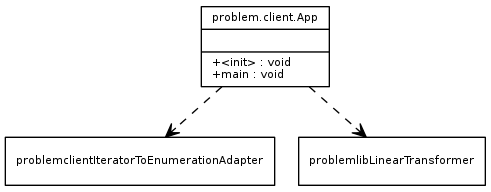
The Graphviz diagram dot/out.png in schnip/BluePizzaDiagrams, before a commit. Its source is kept beside it as dot/out.dot.
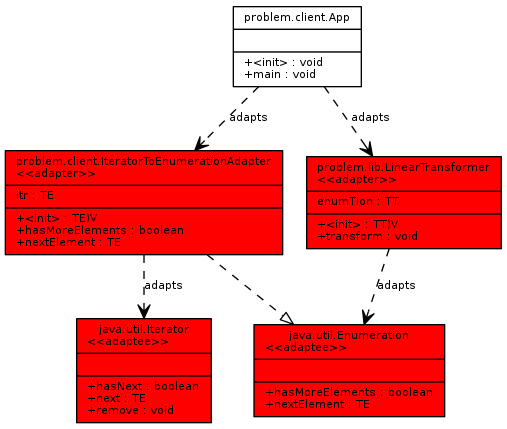
After the change.

The edit, as a diff of the source:
```diff
@@ -14,15 +14,38 @@
 label = "{problem.client.App||+\<init\> : void\l+main : void\l}"
 ]
 problemclientIteratorToEnumerationAdapter [
-label = "{problem.client.IteratorToEnumerationAdapter|itr : <TE\l|+\<init\> : <TE)V\l+hasMoreElements : boolean\l+nextElement : TE\l}"
+fillcolor=red, style=filled,
+label = "{problem.client.IteratorToEnumerationAdapter
+\<\<adapter\>\>\l|itr : TE\l|+\<init\> : TE)V\l+hasMoreElements : boolean\l+nextElement : TE\l}"
 ]
 problemlibLinearTransformer [
-label = "{problem.lib.LinearTransformer|enumTion : <TT\l|+\<init\> : <TT)V\l+transform : void\l}"
+fillcolor=red, style=filled,
+label = "{problem.lib.LinearTransformer
+\<\<adapter\>\>\l|enumTion : TT\l|+\<init\> : TT)V\l+transform : void\l}"
 ]
+javautilEnumeration [
+fillcolor=red, style=filled,
+label = "{java.util.Enumeration
+\<\<adaptee\>\>\l||+hasMoreElements : boolean\l+nextElement : TE\l}"
+]
+javautilIterator [
+fillcolor=red, style=filled,
+label = "{java.util.Iterator
+\<\<adaptee\>\>\l||+hasNext : boolean\l+next : TE\l+remove : void\l}"
+]
+edge [ arrowhead = "empty", style = "dashed"
+ ]
+problemclientIteratorToEnumerationAdapter -> javautilEnumeration
+edge [ arrowhead = "vee", style = "dashed"
+, label = "adapts" ]
+problemlibLinearTransformer -> javautilEnumeration
 edge [ arrowhead = "vee", style = "dashed"
  ]
 problemclientApp -> problemlibLinearTransformer
 edge [ arrowhead = "vee", style = "dashed"
+, label = "adapts" ]
+problemclientIteratorToEnumerationAdapter -> javautilIterator
+edge [ arrowhead = "vee", style = "dashed"
  ]
 problemclientApp -> problemclientIteratorToEnumerationAdapter
 }
```
